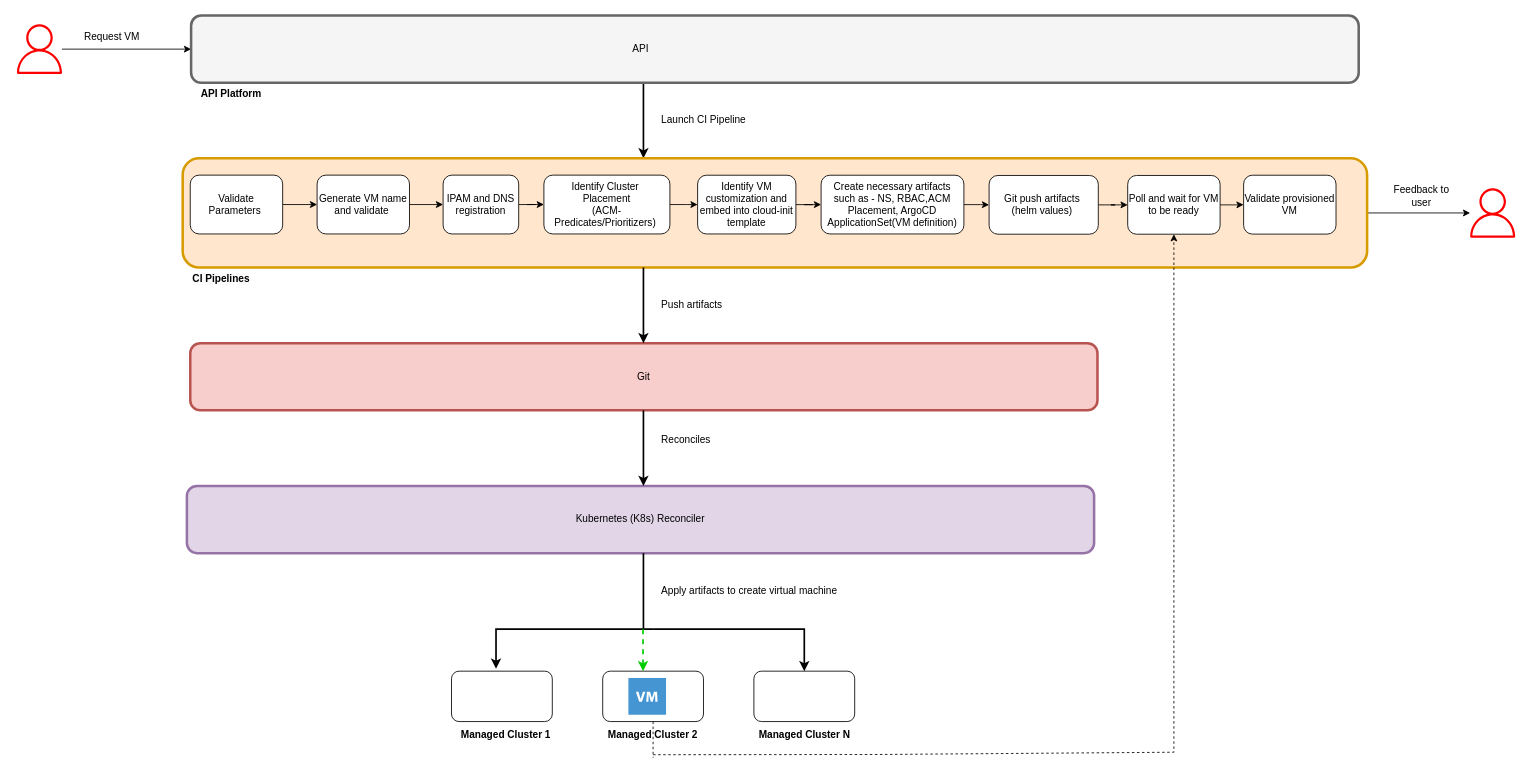
Before: images/vm-provision-hld-flow-dev-hub-01.drawio.xml in sumantripuraneni/openshift-virt-vm-automation, a draw.io diagram. Source tidied: cells renumbered, new cells numbered last; positions are measured from the earlier drawing's top-left corner, leaving out a move shared by most shapes. Both pictures are drawn from the tidied source at 84%, with x=0, y=0 at pixel (14, 15).
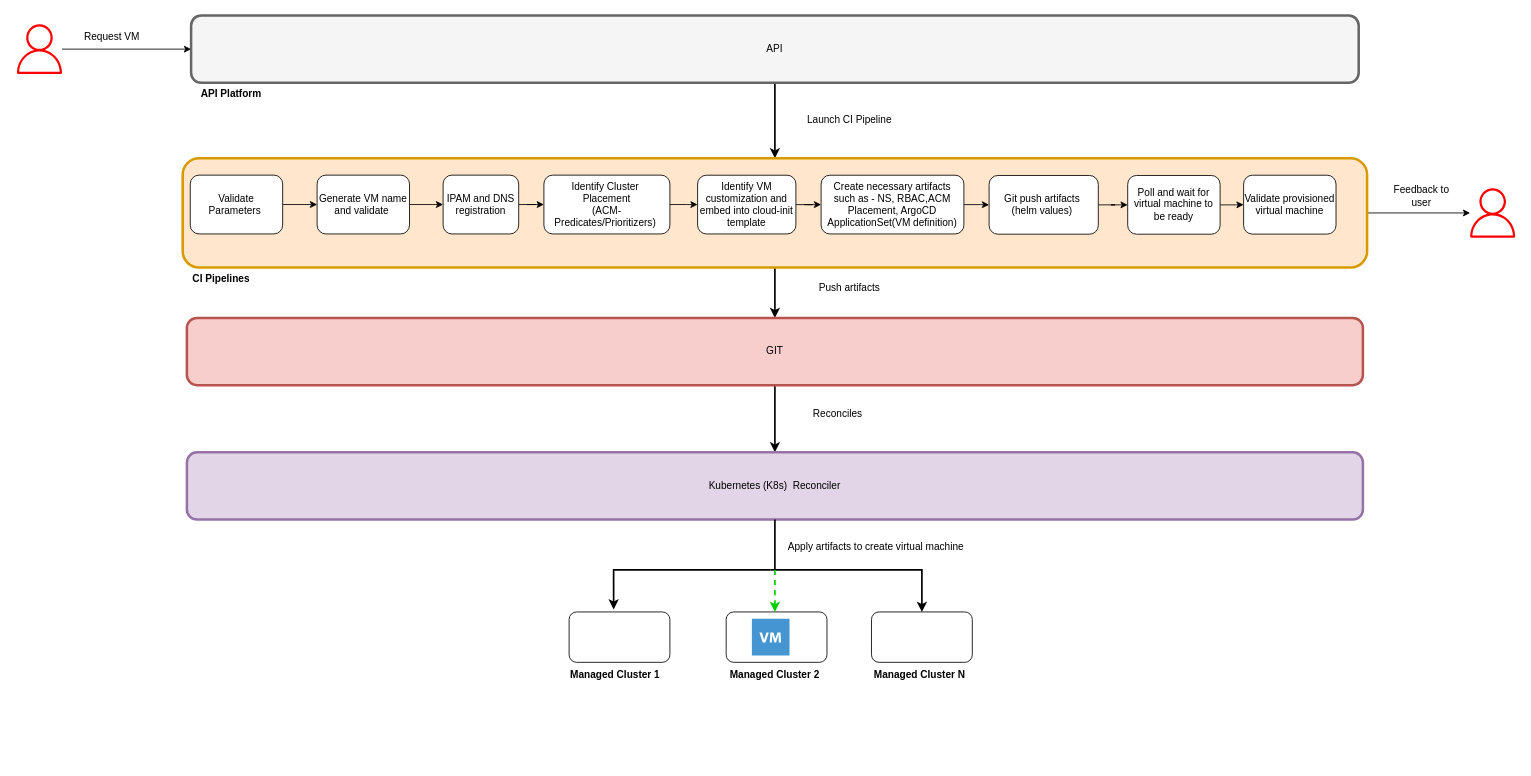
Above is the later version.

Unchanged cells that the change refers to:
```xml
<mxCell id="5" style="rounded=1;whiteSpace=wrap;html=1;strokeWidth=3;strokeColor=#666666;fillColor=#f5f5f5;fontColor=#333333;" parent="1" vertex="1">
  <mxGeometry x="210" width="1390" height="80" as="geometry" />
</mxCell>
<mxCell id="8" style="rounded=1;whiteSpace=wrap;html=1;strokeWidth=3;strokeColor=#d79b00;fillColor=#ffe6cc;" parent="1" vertex="1">
  <mxGeometry x="200" y="170" width="1410" height="130" as="geometry" />
</mxCell>
```

The edit, as a diff of the source:
```diff
@@
-    <mxCell id="4" style="edgeStyle=orthogonalEdgeStyle;rounded=0;orthogonalLoop=1;jettySize=auto;html=1;entryX=0.5;entryY=0;entryDx=0;entryDy=0;strokeWidth=2;" parent="1" edge="1">
-      <mxGeometry relative="1" as="geometry">
-        <mxPoint x="748.5" y="80" as="sourcePoint" />
-        <mxPoint x="748.5" y="170" as="targetPoint" />
-      </mxGeometry>
+    <mxCell id="4" style="edgeStyle=orthogonalEdgeStyle;rounded=0;jettySize=auto;html=1;entryX=0.5;entryY=0;entryDx=0;entryDy=0;strokeWidth=2;" parent="1" edge="1" source="5" target="8">
+      <mxGeometry relative="1" as="geometry" />
     </mxCell>
@@
+    <mxCell id="52" style="edgeStyle=orthogonalEdgeStyle;rounded=0;jettySize=auto;html=1;entryX=0.5;entryY=0;entryDx=0;entryDy=0;strokeWidth=2;" parent="1" edge="1" source="8" target="27">
+      <mxGeometry relative="1" as="geometry">
+        <Array as="points">
+          <mxPoint x="905" y="330" />
+          <mxPoint x="905" y="330" />
+        </Array>
+      </mxGeometry>
+    </mxCell>
@@
-    <mxCell id="22" value="Launch CI Pipeline" style="text;html=1;align=left;verticalAlign=middle;whiteSpace=wrap;rounded=0;" parent="1" vertex="1">
-      <mxGeometry x="767.5" y="110" width="180" height="30" as="geometry" />
+    <mxCell id="22" value="Launch CI Pipeline" style="text;html=1;align=center;verticalAlign=middle;whiteSpace=wrap;rounded=0;" parent="1" vertex="1">
+      <mxGeometry x="904" y="110" width="180" height="30" as="geometry" />
     </mxCell>
@@
-    <mxCell id="24" value="Poll and wait for VM to be ready" style="rounded=1;whiteSpace=wrap;html=1;" parent="1" vertex="1">
+    <mxCell id="24" value="Poll and wait for virtual machine to be ready" style="rounded=1;whiteSpace=wrap;html=1;" parent="1" vertex="1">
       <mxGeometry x="1325" y="190.4" width="110" height="69.9" as="geometry" />
     </mxCell>
-    <mxCell id="25" value="Validate provisioned VM" style="rounded=1;whiteSpace=wrap;html=1;" parent="1" vertex="1">
+    <mxCell id="25" value="Validate provisioned virtual machine" style="rounded=1;whiteSpace=wrap;html=1;" parent="1" vertex="1">
       <mxGeometry x="1463" y="190.1" width="110" height="70.1" as="geometry" />
     </mxCell>
+    <mxCell id="51" value="API" style="text;html=1;align=center;verticalAlign=middle;whiteSpace=wrap;rounded=0;" parent="1" vertex="1">
+      <mxGeometry x="715" y="25" width="380" height="30" as="geometry" />
+    </mxCell>
@@
+    <mxCell id="53" style="edgeStyle=orthogonalEdgeStyle;rounded=0;jettySize=auto;html=1;strokeWidth=2;" parent="1" edge="1" source="27" target="28">
+      <mxGeometry relative="1" as="geometry" />
+    </mxCell>
-    <mxCell id="27" value="Git" style="rounded=1;whiteSpace=wrap;html=1;strokeWidth=3;strokeColor=#b85450;fillColor=#f8cecc;" parent="1" vertex="1">
-      <mxGeometry x="209" y="390" width="1080" height="80" as="geometry" />
+    <mxCell id="27" style="rounded=1;whiteSpace=wrap;html=1;strokeWidth=3;strokeColor=#b85450;fillColor=#f8cecc;" parent="1" vertex="1">
+      <mxGeometry x="205" y="360" width="1400" height="80" as="geometry" />
     </mxCell>
+    <mxCell id="54" value="GIT" style="text;html=1;align=center;verticalAlign=middle;whiteSpace=wrap;rounded=0;" parent="1" vertex="1">
+      <mxGeometry x="715" y="385" width="380" height="30" as="geometry" />
+    </mxCell>
-    <mxCell id="28" value="Kubernetes (K8s) Reconciler" style="rounded=1;whiteSpace=wrap;html=1;strokeWidth=3;strokeColor=#9673a6;fillColor=#e1d5e7;" parent="1" vertex="1">
-      <mxGeometry x="205" y="560" width="1080" height="80" as="geometry" />
+    <mxCell id="28" value="Kubernetes (K8s)&amp;nbsp; Reconciler" style="rounded=1;whiteSpace=wrap;html=1;strokeWidth=3;strokeColor=#9673a6;fillColor=#e1d5e7;" parent="1" vertex="1">
+      <mxGeometry x="205" y="520" width="1400" height="80" as="geometry" />
     </mxCell>
     <mxCell id="29" style="rounded=1;whiteSpace=wrap;html=1;" parent="1" vertex="1">
-      <mxGeometry x="520" y="780.5" width="120" height="60" as="geometry" />
+      <mxGeometry x="660" y="710" width="120" height="60" as="geometry" />
     </mxCell>
     <mxCell id="30" style="rounded=1;whiteSpace=wrap;html=1;" parent="1" vertex="1">
-      <mxGeometry x="700" y="780.5" width="120" height="60" as="geometry" />
+      <mxGeometry x="847" y="710" width="120" height="60" as="geometry" />
     </mxCell>
     <mxCell id="31" style="rounded=1;whiteSpace=wrap;html=1;" parent="1" vertex="1">
-      <mxGeometry x="880" y="780.5" width="120" height="60" as="geometry" />
+      <mxGeometry x="1020" y="710" width="120" height="60" as="geometry" />
     </mxCell>
     <mxCell id="32" value="&lt;b&gt;Managed Cluster 1&lt;/b&gt;" style="text;html=1;align=center;verticalAlign=middle;whiteSpace=wrap;rounded=0;" parent="1" vertex="1">
-      <mxGeometry x="530" y="840.5" width="110" height="30" as="geometry" />
+      <mxGeometry x="660" y="770" width="110" height="30" as="geometry" />
     </mxCell>
-    <mxCell id="33" value="&lt;b&gt;Managed Cluster 2&lt;/b&gt;" style="text;html=1;align=center;verticalAlign=middle;whiteSpace=wrap;rounded=0;dashed=1;" parent="1" vertex="1">
-      <mxGeometry x="705" y="840.5" width="110" height="30" as="geometry" />
+    <mxCell id="33" value="&lt;b&gt;Managed Cluster 2&lt;/b&gt;" style="text;html=1;align=center;verticalAlign=middle;whiteSpace=wrap;rounded=0;" parent="1" vertex="1">
+      <mxGeometry x="850" y="770" width="110" height="30" as="geometry" />
     </mxCell>
     <mxCell id="34" value="&lt;b&gt;Managed Cluster N&lt;/b&gt;" style="text;html=1;align=center;verticalAlign=middle;whiteSpace=wrap;rounded=0;" parent="1" vertex="1">
-      <mxGeometry x="882.5" y="840.5" width="115" height="30" as="geometry" />
+      <mxGeometry x="1020" y="770" width="115" height="30" as="geometry" />
     </mxCell>
     <mxCell id="35" style="endArrow=classic;html=1;rounded=0;entryX=0.5;entryY=0;entryDx=0;entryDy=0;strokeWidth=2;" parent="1" edge="1" target="31">
       <mxGeometry relative="1" as="geometry">
-        <mxPoint x="760" y="730.5" as="sourcePoint" />
+        <mxPoint x="900" y="660" as="sourcePoint" />
         <Array as="points">
-          <mxPoint x="940" y="730.5" />
+          <mxPoint x="1080" y="660" />
         </Array>
       </mxGeometry>
     </mxCell>
-    <mxCell id="36" style="endArrow=classic;html=1;rounded=0;entryX=0.442;entryY=-0.05;entryDx=0;entryDy=0;entryPerimeter=0;strokeWidth=2;" parent="1" edge="1">
+    <mxCell id="36" style="endArrow=classic;html=1;rounded=0;entryX=0.442;entryY=-0.05;entryDx=0;entryDy=0;entryPerimeter=0;strokeWidth=2;" parent="1" edge="1" target="29">
       <mxGeometry relative="1" as="geometry">
-        <mxPoint x="760" y="730.5" as="sourcePoint" />
-        <mxPoint x="573" y="777.5" as="targetPoint" />
+        <mxPoint x="900" y="660" as="sourcePoint" />
         <Array as="points">
-          <mxPoint x="573" y="730.5" />
+          <mxPoint x="713" y="660" />
         </Array>
       </mxGeometry>
     </mxCell>
-    <mxCell id="37" value="Push artifacts" style="text;html=1;align=left;verticalAlign=middle;whiteSpace=wrap;rounded=0;" parent="1" vertex="1">
-      <mxGeometry x="767.5" y="330" width="180" height="30" as="geometry" />
+    <mxCell id="37" value="Push artifacts" style="text;html=1;align=center;verticalAlign=middle;whiteSpace=wrap;rounded=0;" parent="1" vertex="1">
+      <mxGeometry x="904" y="310" width="180" height="30" as="geometry" />
     </mxCell>
     <mxCell id="38" style="shadow=0;dashed=0;html=1;strokeColor=none;fillColor=#4495D1;labelPosition=center;verticalLabelPosition=bottom;verticalAlign=top;align=center;shape=mxgraph.veeam.2d.virtual_machine;" parent="1" vertex="1">
-      <mxGeometry x="730.6" y="788.5" width="44.8" height="44" as="geometry" />
+      <mxGeometry x="877.6" y="718" width="44.8" height="44" as="geometry" />
     </mxCell>
@@
+    <mxCell id="55" style="endArrow=none;html=1;rounded=0;exitX=0.5;exitY=1;exitDx=0;exitDy=0;strokeWidth=2;" parent="1" edge="1" source="28">
+      <mxGeometry relative="1" as="geometry">
+        <mxPoint x="905" y="660" as="targetPoint" />
+      </mxGeometry>
+    </mxCell>
     <mxCell id="41" style="endArrow=classic;html=1;rounded=0;entryX=0.5;entryY=0;entryDx=0;entryDy=0;dashed=1;strokeColor=#00CC00;strokeWidth=2;" parent="1" edge="1">
       <mxGeometry relative="1" as="geometry">
-        <mxPoint x="748" y="730.5" as="sourcePoint" />
-        <mxPoint x="748" y="780.5" as="targetPoint" />
+        <mxPoint x="905" y="660" as="sourcePoint" />
+        <mxPoint x="905" y="710" as="targetPoint" />
       </mxGeometry>
     </mxCell>
-    <mxCell id="42" value="Reconciles" style="text;html=1;align=left;verticalAlign=middle;whiteSpace=wrap;rounded=0;" parent="1" vertex="1">
-      <mxGeometry x="767.5" y="490" width="180" height="30" as="geometry" />
+    <mxCell id="42" value="Reconciles" style="text;html=1;align=center;verticalAlign=middle;whiteSpace=wrap;rounded=0;" parent="1" vertex="1">
+      <mxGeometry x="890" y="460" width="180" height="30" as="geometry" />
     </mxCell>
-    <mxCell id="43" value="Apply artifacts to create virtual machine" style="text;html=1;align=left;verticalAlign=middle;strokeColor=none;fillColor=none;" parent="1" vertex="1">
-      <mxGeometry x="767.5" y="670" width="230" height="30" as="geometry" />
+    <mxCell id="43" value="Apply artifacts to create virtual machine" style="text;html=1;align=center;verticalAlign=middle;strokeColor=none;fillColor=none;" parent="1" vertex="1">
+      <mxGeometry x="910" y="618" width="230" height="30" as="geometry" />
     </mxCell>
@@
-    <mxCell id="46" style="edgeStyle=orthogonalEdgeStyle;rounded=0;orthogonalLoop=1;jettySize=auto;html=1;entryX=0.5;entryY=0;entryDx=0;entryDy=0;strokeWidth=2;" parent="1" edge="1">
-      <mxGeometry relative="1" as="geometry">
-        <mxPoint x="748.5" y="300" as="sourcePoint" />
-        <mxPoint x="748.5" y="390" as="targetPoint" />
-      </mxGeometry>
-    </mxCell>
-    <mxCell id="47" style="edgeStyle=orthogonalEdgeStyle;rounded=0;orthogonalLoop=1;jettySize=auto;html=1;entryX=0.5;entryY=0;entryDx=0;entryDy=0;strokeWidth=2;" parent="1" edge="1">
-      <mxGeometry relative="1" as="geometry">
-        <mxPoint x="748.5" y="470" as="sourcePoint" />
-        <mxPoint x="748.5" y="560" as="targetPoint" />
-      </mxGeometry>
-    </mxCell>
-    <mxCell id="48" style="endArrow=classic;html=1;rounded=0;entryX=0.5;entryY=1;entryDx=0;entryDy=0;dashed=1;" parent="1" edge="1" target="24">
-      <mxGeometry relative="1" as="geometry">
-        <mxPoint x="760" y="880" as="sourcePoint" />
-        <Array as="points">
-          <mxPoint x="1030" y="879.7" />
-          <mxPoint x="1380" y="877" />
-        </Array>
-      </mxGeometry>
-    </mxCell>
-    <mxCell id="49" style="endArrow=none;html=1;rounded=0;exitX=0.5;exitY=0;exitDx=0;exitDy=0;dashed=1;" parent="1" edge="1" source="33">
-      <mxGeometry relative="1" as="geometry">
-        <mxPoint x="760" y="883.5" as="targetPoint" />
-      </mxGeometry>
-    </mxCell>
-    <mxCell id="50" style="edgeStyle=orthogonalEdgeStyle;rounded=0;orthogonalLoop=1;jettySize=auto;html=1;entryX=0.5;entryY=0;entryDx=0;entryDy=0;strokeWidth=2;endArrow=none;startFill=0;" parent="1" edge="1">
-      <mxGeometry relative="1" as="geometry">
-        <mxPoint x="748.5" y="640" as="sourcePoint" />
-        <mxPoint x="748.5" y="730" as="targetPoint" />
-      </mxGeometry>
-    </mxCell>
-    <mxCell id="51" value="API&amp;nbsp;" style="text;html=1;align=center;verticalAlign=middle;whiteSpace=wrap;rounded=0;" parent="1" vertex="1">
-      <mxGeometry x="717.4" y="25" width="60" height="30" as="geometry" />
-    </mxCell>
```
